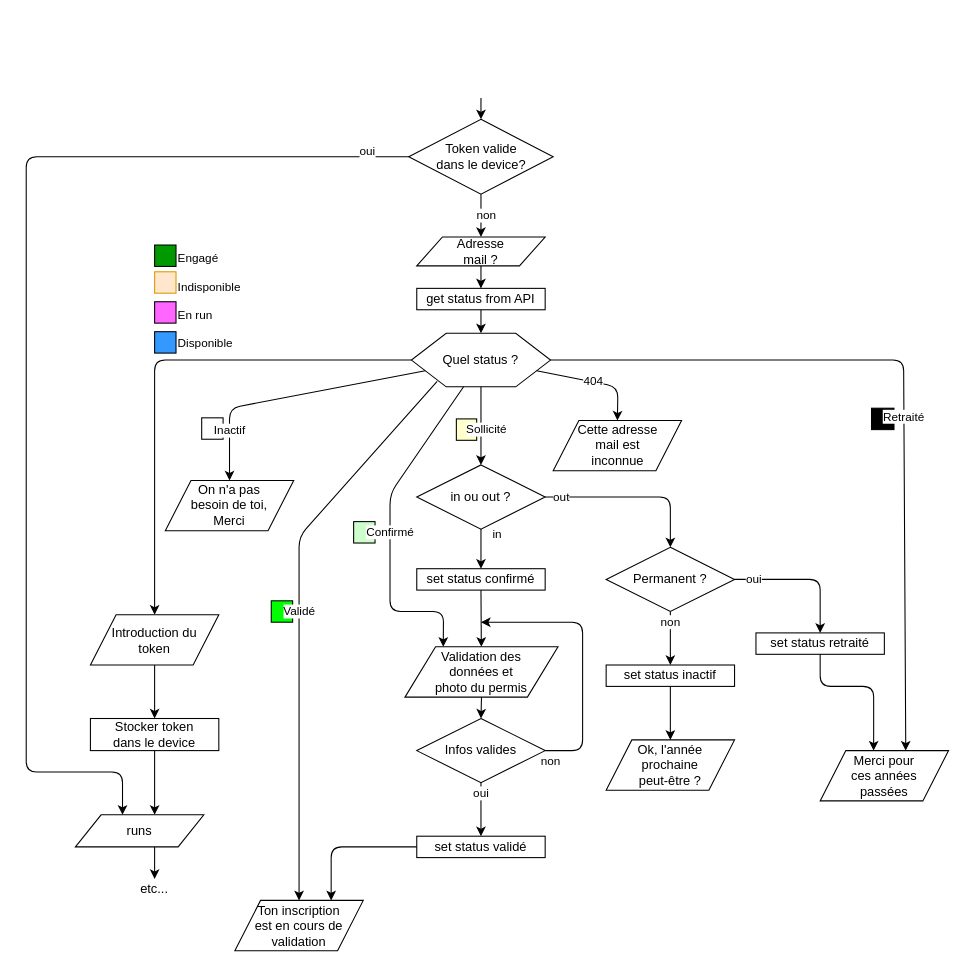
Before: doc/Enrollment.drawio in ETML-INF/Runeo-Drive, a draw.io diagram. Source tidied: cells renumbered, new cells numbered last; positions are measured from the earlier drawing's top-left corner, leaving out a move shared by most shapes. Both pictures are drawn from the tidied source at 107%, with x=0, y=0 at pixel (26, 97).
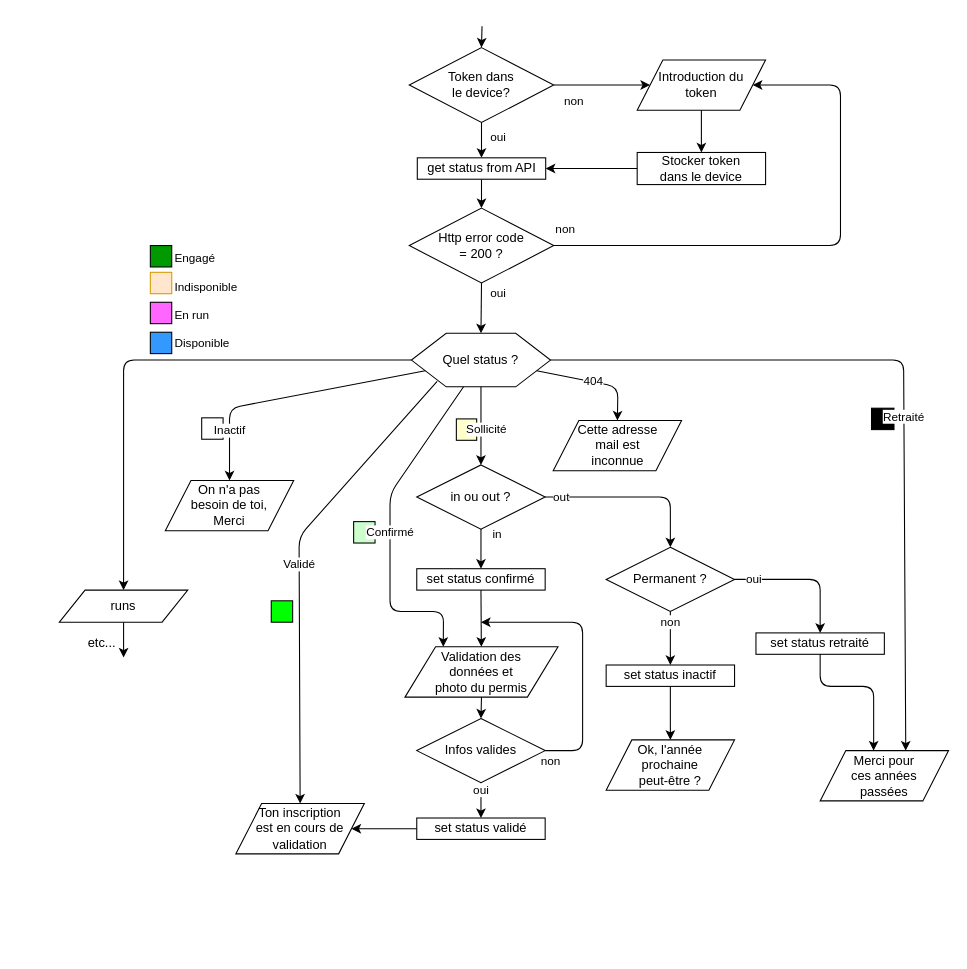
The same page after the edit.

Commit message (it also covers changes not shown here):
Adjust enrollment diagram

Following discussion with Zaïd

The change refers to these unchanged cells:
```xml
<mxCell id="16" value="Quel status ?" style="shape=hexagon;perimeter=hexagonPerimeter2;whiteSpace=wrap;html=1;" parent="1" vertex="1">
  <mxGeometry x="360" y="220" width="130" height="50" as="geometry" />
</mxCell>
```

What changed in the source:
```diff
@@
+    <mxCell id="58" style="group;" parent="1" vertex="1">
+      <mxGeometry x="116" y="138" width="20" height="101" as="geometry" />
+    </mxCell>
-    <mxCell id="2" style="rounded=0;whiteSpace=wrap;html=1;fillColor=#3399FF;" parent="1" vertex="1">
-      <mxGeometry x="120" y="218.5" width="20" height="20" as="geometry" />
+    <mxCell id="2" style="rounded=0;whiteSpace=wrap;html=1;fillColor=#3399FF;" parent="58" vertex="1">
+      <mxGeometry y="81" width="20" height="20" as="geometry" />
     </mxCell>
-    <mxCell id="3" style="rounded=0;whiteSpace=wrap;html=1;fillColor=#FF66FF;" parent="1" vertex="1">
-      <mxGeometry x="120" y="190.5" width="20" height="20" as="geometry" />
+    <mxCell id="3" style="rounded=0;whiteSpace=wrap;html=1;fillColor=#FF66FF;" parent="58" vertex="1">
+      <mxGeometry y="53" width="20" height="20" as="geometry" />
     </mxCell>
-    <mxCell id="4" style="rounded=0;whiteSpace=wrap;html=1;fillColor=#ffe6cc;strokeColor=#d79b00;" parent="1" vertex="1">
-      <mxGeometry x="120" y="162.5" width="20" height="20" as="geometry" />
+    <mxCell id="4" style="rounded=0;whiteSpace=wrap;html=1;fillColor=#ffe6cc;strokeColor=#d79b00;" parent="58" vertex="1">
+      <mxGeometry y="25" width="20" height="20" as="geometry" />
     </mxCell>
-    <mxCell id="5" style="rounded=0;whiteSpace=wrap;html=1;fillColor=#009900;" parent="1" vertex="1">
-      <mxGeometry x="120" y="137.5" width="20" height="20" as="geometry" />
+    <mxCell id="5" style="rounded=0;whiteSpace=wrap;html=1;fillColor=#009900;" parent="58" vertex="1">
+      <mxGeometry width="20" height="20" as="geometry" />
     </mxCell>
@@
-    <mxCell id="11" value="non" style="edgeStyle=orthogonalEdgeStyle;rounded=0;jettySize=auto;html=1;entryX=0.5;entryY=0;entryDx=0;entryDy=0;" parent="1" edge="1" source="12" target="55">
-      <mxGeometry y="5" relative="1" as="geometry" />
+    <mxCell id="11" value="oui" style="edgeStyle=orthogonalEdgeStyle;rounded=0;jettySize=auto;html=1;entryX=0.5;entryY=0;entryDx=0;entryDy=0;" parent="1" edge="1" source="12" target="15">
+      <mxGeometry x="-0.4" y="15" relative="1" as="geometry" />
     </mxCell>
-    <mxCell id="12" value="Token valide&lt;br&gt;dans le device?" style="rhombus;whiteSpace=wrap;html=1;" parent="1" vertex="1">
-      <mxGeometry x="357.5" y="20" width="135" height="70" as="geometry" />
+    <mxCell id="12" value="Token dans &lt;br&gt;le device?" style="rhombus;whiteSpace=wrap;html=1;" parent="1" vertex="1">
+      <mxGeometry x="358" y="-47" width="135" height="70" as="geometry" />
     </mxCell>
-    <mxCell id="13" style="edgeStyle=orthogonalEdgeStyle;rounded=0;jettySize=auto;html=1;" parent="1" edge="1" source="55" target="15">
-      <mxGeometry relative="1" as="geometry" />
-    </mxCell>
-    <mxCell id="14" style="edgeStyle=orthogonalEdgeStyle;rounded=0;jettySize=auto;html=1;" parent="1" edge="1" source="15" target="16">
+    <mxCell id="14" style="edgeStyle=orthogonalEdgeStyle;rounded=0;jettySize=auto;html=1;entryX=0.5;entryY=0;entryDx=0;entryDy=0;" parent="1" edge="1" source="15" target="59">
       <mxGeometry relative="1" as="geometry" />
     </mxCell>
     <mxCell id="15" value="get status from API" style="rounded=0;whiteSpace=wrap;html=1;" parent="1" vertex="1">
-      <mxGeometry x="365" y="178" width="120" height="20" as="geometry" />
+      <mxGeometry x="365.5" y="56" width="120" height="20" as="geometry" />
     </mxCell>
@@
     <mxCell id="29" value="set status validé" style="rounded=0;whiteSpace=wrap;html=1;" parent="1" vertex="1">
-      <mxGeometry x="365" y="690" width="120" height="20" as="geometry" />
+      <mxGeometry x="365" y="673" width="120" height="20" as="geometry" />
     </mxCell>
@@
-    <mxCell id="35" style="endArrow=classic;html=1;entryX=0.75;entryY=0;entryDx=0;entryDy=0;exitX=0;exitY=0.5;exitDx=0;exitDy=0;" parent="1" edge="1" source="29" target="50">
-      <mxGeometry relative="1" as="geometry">
-        <Array as="points">
-          <mxPoint x="285" y="700" />
-        </Array>
-      </mxGeometry>
+    <mxCell id="35" style="endArrow=classic;html=1;entryX=1;entryY=0.5;entryDx=0;entryDy=0;exitX=0;exitY=0.5;exitDx=0;exitDy=0;" parent="1" edge="1" source="29" target="50">
+      <mxGeometry relative="1" as="geometry" />
     </mxCell>
-    <mxCell id="36" value="Engagé&lt;br&gt;&lt;br&gt;Indisponible&lt;br&gt;&lt;br&gt;En run&lt;br&gt;&lt;br&gt;Disponible" style="endArrow=classic;html=1;entryX=0.5;entryY=0;entryDx=0;entryDy=0;exitX=0;exitY=0.5;exitDx=0;exitDy=0;align=left;" parent="1" edge="1" source="16" target="56">
+    <mxCell id="36" value="Engagé&lt;br&gt;&lt;br&gt;Indisponible&lt;br&gt;&lt;br&gt;En run&lt;br&gt;&lt;br&gt;Disponible" style="endArrow=classic;html=1;exitX=0;exitY=0.5;exitDx=0;exitDy=0;align=left;" parent="1" edge="1" source="16" target="57">
       <mxGeometry x="-0.08" y="-55" relative="1" as="geometry">
         <Array as="points">
-          <mxPoint x="120" y="245" />
+          <mxPoint x="91" y="245" />
         </Array>
       </mxGeometry>
     </mxCell>
-    <mxCell id="37" style="endArrow=classic;html=1;exitX=0.5;exitY=1;exitDx=0;exitDy=0;entryX=0.5;entryY=0;entryDx=0;entryDy=0;" parent="1" edge="1" source="56" target="41">
-      <mxGeometry relative="1" as="geometry" />
+    <mxCell id="37" value="oui" style="endArrow=classic;html=1;exitX=0.5;exitY=1;exitDx=0;exitDy=0;entryX=0.5;entryY=0;entryDx=0;entryDy=0;" parent="1" edge="1" source="59" target="16">
+      <mxGeometry x="-0.58" y="16" relative="1" as="geometry" />
     </mxCell>
-    <mxCell id="38" style="endArrow=classic;html=1;exitX=0.5;exitY=1;exitDx=0;exitDy=0;" parent="1" edge="1">
+    <mxCell id="38" style="endArrow=classic;html=1;exitX=0.5;exitY=1;exitDx=0;exitDy=0;" parent="1" edge="1" source="57">
       <mxGeometry relative="1" as="geometry">
-        <mxPoint x="120" y="700" as="sourcePoint" />
-        <mxPoint x="120" y="730" as="targetPoint" />
+        <mxPoint x="91" y="523" as="targetPoint" />
       </mxGeometry>
     </mxCell>
-    <mxCell id="39" value="oui" style="endArrow=classic;html=1;entryX=0.25;entryY=0;entryDx=0;entryDy=0;exitX=0;exitY=0.5;exitDx=0;exitDy=0;align=left;" parent="1" edge="1" source="12">
-      <mxGeometry x="-0.91" y="-5" relative="1" as="geometry">
-        <mxPoint x="90" y="670" as="targetPoint" />
-        <Array as="points">
-          <mxPoint y="55" />
-          <mxPoint y="630" />
-          <mxPoint x="90" y="630" />
-        </Array>
-      </mxGeometry>
+    <mxCell id="39" value="non" style="endArrow=classic;html=1;entryX=0;entryY=0.5;entryDx=0;entryDy=0;exitX=1;exitY=0.5;exitDx=0;exitDy=0;align=left;" parent="1" edge="1" source="12" target="56">
+      <mxGeometry x="-0.82" y="-15" relative="1" as="geometry" />
     </mxCell>
     <mxCell id="40" style="endArrow=classic;html=1;entryX=0.5;entryY=0;entryDx=0;entryDy=0;" parent="1" edge="1" target="12">
       <mxGeometry relative="1" as="geometry">
-        <mxPoint x="425" as="sourcePoint" />
+        <mxPoint x="426" y="-67" as="sourcePoint" />
       </mxGeometry>
     </mxCell>
     <mxCell id="41" value="Stocker token&lt;br&gt;dans le device" style="rounded=0;whiteSpace=wrap;html=1;" parent="1" vertex="1">
-      <mxGeometry x="60" y="580" width="120" height="30" as="geometry" />
+      <mxGeometry x="571" y="51" width="120" height="30" as="geometry" />
     </mxCell>
-    <mxCell id="42" style="endArrow=classic;html=1;exitX=0.5;exitY=1;exitDx=0;exitDy=0;entryX=0.5;entryY=0;entryDx=0;entryDy=0;" parent="1" edge="1" source="41">
-      <mxGeometry relative="1" as="geometry">
-        <mxPoint x="120" y="670" as="targetPoint" />
-      </mxGeometry>
-    </mxCell>
@@
     <mxCell id="45" value="etc..." style="text;html=1;strokeColor=none;fillColor=none;align=center;verticalAlign=middle;whiteSpace=wrap;rounded=0;" parent="1" vertex="1">
-      <mxGeometry x="100" y="730" width="40" height="20" as="geometry" />
+      <mxGeometry x="51" y="500" width="40" height="20" as="geometry" />
     </mxCell>
@@
     <mxCell id="50" value="&lt;span style=&quot;white-space: normal&quot;&gt;Ton inscription &lt;br&gt;est en cours de validation&lt;br&gt;&lt;/span&gt;" style="shape=parallelogram;perimeter=parallelogramPerimeter;whiteSpace=wrap;html=1;" parent="1" vertex="1">
-      <mxGeometry x="195" y="750" width="120" height="47" as="geometry" />
+      <mxGeometry x="196" y="659.5" width="120" height="47" as="geometry" />
     </mxCell>
@@
-    <mxCell id="55" value="&lt;span style=&quot;white-space: normal&quot;&gt;Adresse&lt;br&gt;mail ?&lt;br&gt;&lt;/span&gt;" style="shape=parallelogram;perimeter=parallelogramPerimeter;whiteSpace=wrap;html=1;" parent="1" vertex="1">
-      <mxGeometry x="365" y="130" width="120" height="27" as="geometry" />
-    </mxCell>
     <mxCell id="56" value="&lt;span style=&quot;white-space: normal&quot;&gt;Introduction du&lt;br&gt;token&lt;br&gt;&lt;/span&gt;" style="shape=parallelogram;perimeter=parallelogramPerimeter;whiteSpace=wrap;html=1;" parent="1" vertex="1">
-      <mxGeometry x="60" y="483" width="120" height="47" as="geometry" />
+      <mxGeometry x="571" y="-35.5" width="120" height="47" as="geometry" />
     </mxCell>
     <mxCell id="57" value="&lt;span style=&quot;white-space: normal&quot;&gt;runs&lt;br&gt;&lt;/span&gt;" style="shape=parallelogram;perimeter=parallelogramPerimeter;whiteSpace=wrap;html=1;" parent="1" vertex="1">
-      <mxGeometry x="46" y="670" width="120" height="30" as="geometry" />
+      <mxGeometry x="31" y="460" width="120" height="30" as="geometry" />
     </mxCell>
+    <mxCell id="59" value="Http error code&lt;br&gt;= 200 ?" style="rhombus;whiteSpace=wrap;html=1;" parent="1" vertex="1">
+      <mxGeometry x="358" y="103" width="135" height="70" as="geometry" />
+    </mxCell>
+    <mxCell id="60" style="endArrow=classic;html=1;exitX=0.5;exitY=1;exitDx=0;exitDy=0;align=left;entryX=0.5;entryY=0;entryDx=0;entryDy=0;" parent="1" edge="1" source="56" target="41">
+      <mxGeometry x="-0.08" y="-55" relative="1" as="geometry">
+        <Array as="points">
+          <mxPoint x="631" y="33" />
+        </Array>
+      </mxGeometry>
+    </mxCell>
+    <mxCell id="61" value="non" style="endArrow=classic;html=1;exitX=1;exitY=0.5;exitDx=0;exitDy=0;align=left;entryX=1;entryY=0.5;entryDx=0;entryDy=0;" parent="1" edge="1" source="59" target="56">
+      <mxGeometry x="0.13" y="268" relative="1" as="geometry">
+        <Array as="points">
+          <mxPoint x="761" y="138" />
+          <mxPoint x="761" y="-12" />
+        </Array>
+      </mxGeometry>
+    </mxCell>
+    <mxCell id="62" style="endArrow=classic;html=1;exitX=0;exitY=0.5;exitDx=0;exitDy=0;align=left;entryX=1;entryY=0.5;entryDx=0;entryDy=0;fontStyle=1;" parent="1" edge="1" source="41" target="15">
+      <mxGeometry x="-0.08" y="-55" relative="1" as="geometry" />
+    </mxCell>
```
